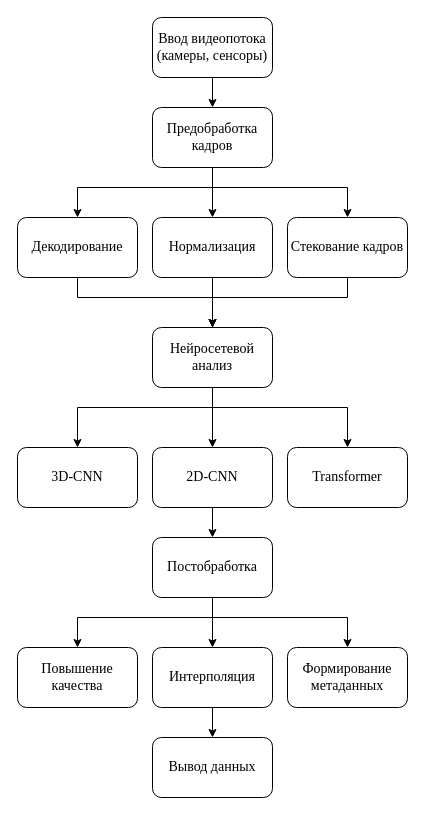
Earlier version of the draw.io diagram гпо.drawio (prettyleaf/diagrams). Source tidied: cells renumbered, new cells numbered last; positions are measured from the earlier drawing's top-left corner, leaving out a move shared by most shapes. Both pictures are drawn from the tidied source at 100%, with x=0, y=0 at pixel (17, 17).
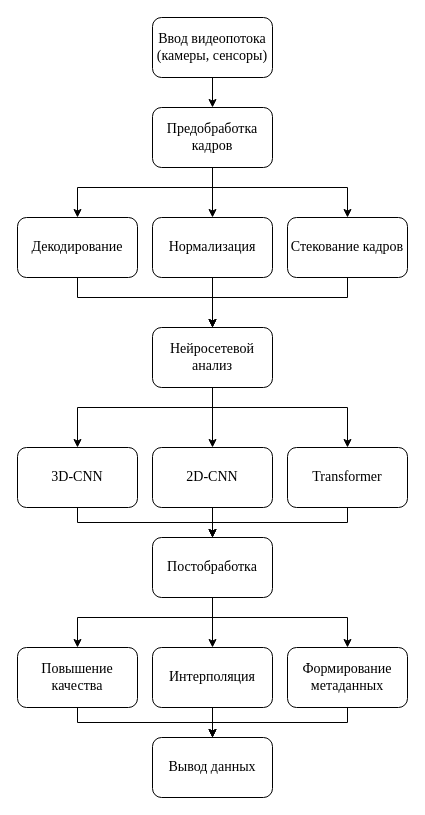
The same page after the edit.

The change refers to these unchanged cells:
```xml
<mxCell id="18" value="3D-CNN" style="rounded=1;whiteSpace=wrap;html=1;fontFamily=Times New Roman;fontSize=14;" parent="1" vertex="1">
  <mxGeometry y="430" width="120" height="60" as="geometry" />
</mxCell>
<mxCell id="21" value="Transformer" style="rounded=1;whiteSpace=wrap;html=1;fontFamily=Times New Roman;fontSize=14;" parent="1" vertex="1">
  <mxGeometry x="270" y="430" width="120" height="60" as="geometry" />
</mxCell>
<mxCell id="25" value="Постобработка" style="rounded=1;whiteSpace=wrap;html=1;fontFamily=Times New Roman;fontSize=14;" parent="1" vertex="1">
  <mxGeometry x="135" y="520" width="120" height="60" as="geometry" />
</mxCell>
<mxCell id="26" value="Повышение качества" style="rounded=1;whiteSpace=wrap;html=1;fontFamily=Times New Roman;fontSize=14;" parent="1" vertex="1">
  <mxGeometry y="630" width="120" height="60" as="geometry" />
</mxCell>
<mxCell id="29" value="Формирование метаданных" style="rounded=1;whiteSpace=wrap;html=1;fontFamily=Times New Roman;fontSize=14;" parent="1" vertex="1">
  <mxGeometry x="270" y="630" width="120" height="60" as="geometry" />
</mxCell>
<mxCell id="30" value="Вывод данных" style="rounded=1;whiteSpace=wrap;html=1;fontFamily=Times New Roman;fontSize=14;" parent="1" vertex="1">
  <mxGeometry x="135" y="720" width="120" height="60" as="geometry" />
</mxCell>
```

What changed in the source:
```diff
@@
+    <mxCell id="31" style="edgeStyle=orthogonalEdgeStyle;rounded=0;jettySize=auto;html=1;entryX=0.5;entryY=0;entryDx=0;entryDy=0;" parent="1" edge="1" source="18" target="25">
+      <mxGeometry relative="1" as="geometry">
+        <Array as="points">
+          <mxPoint x="60" y="505" />
+          <mxPoint x="195" y="505" />
+        </Array>
+      </mxGeometry>
+    </mxCell>
@@
+    <mxCell id="32" style="edgeStyle=orthogonalEdgeStyle;rounded=0;jettySize=auto;html=1;" parent="1" edge="1" source="21" target="25">
+      <mxGeometry relative="1" as="geometry">
+        <Array as="points">
+          <mxPoint x="330" y="505" />
+          <mxPoint x="195" y="505" />
+        </Array>
+      </mxGeometry>
+    </mxCell>
@@
+    <mxCell id="33" style="edgeStyle=orthogonalEdgeStyle;rounded=0;jettySize=auto;html=1;entryX=0.5;entryY=0;entryDx=0;entryDy=0;" parent="1" edge="1" source="26" target="30">
+      <mxGeometry relative="1" as="geometry">
+        <Array as="points">
+          <mxPoint x="60" y="705" />
+          <mxPoint x="195" y="705" />
+        </Array>
+      </mxGeometry>
+    </mxCell>
@@
+    <mxCell id="34" style="edgeStyle=orthogonalEdgeStyle;rounded=0;jettySize=auto;html=1;entryX=0.5;entryY=0;entryDx=0;entryDy=0;" parent="1" edge="1" source="29" target="30">
+      <mxGeometry relative="1" as="geometry">
+        <Array as="points">
+          <mxPoint x="330" y="705" />
+          <mxPoint x="195" y="705" />
+        </Array>
+      </mxGeometry>
+    </mxCell>
```
